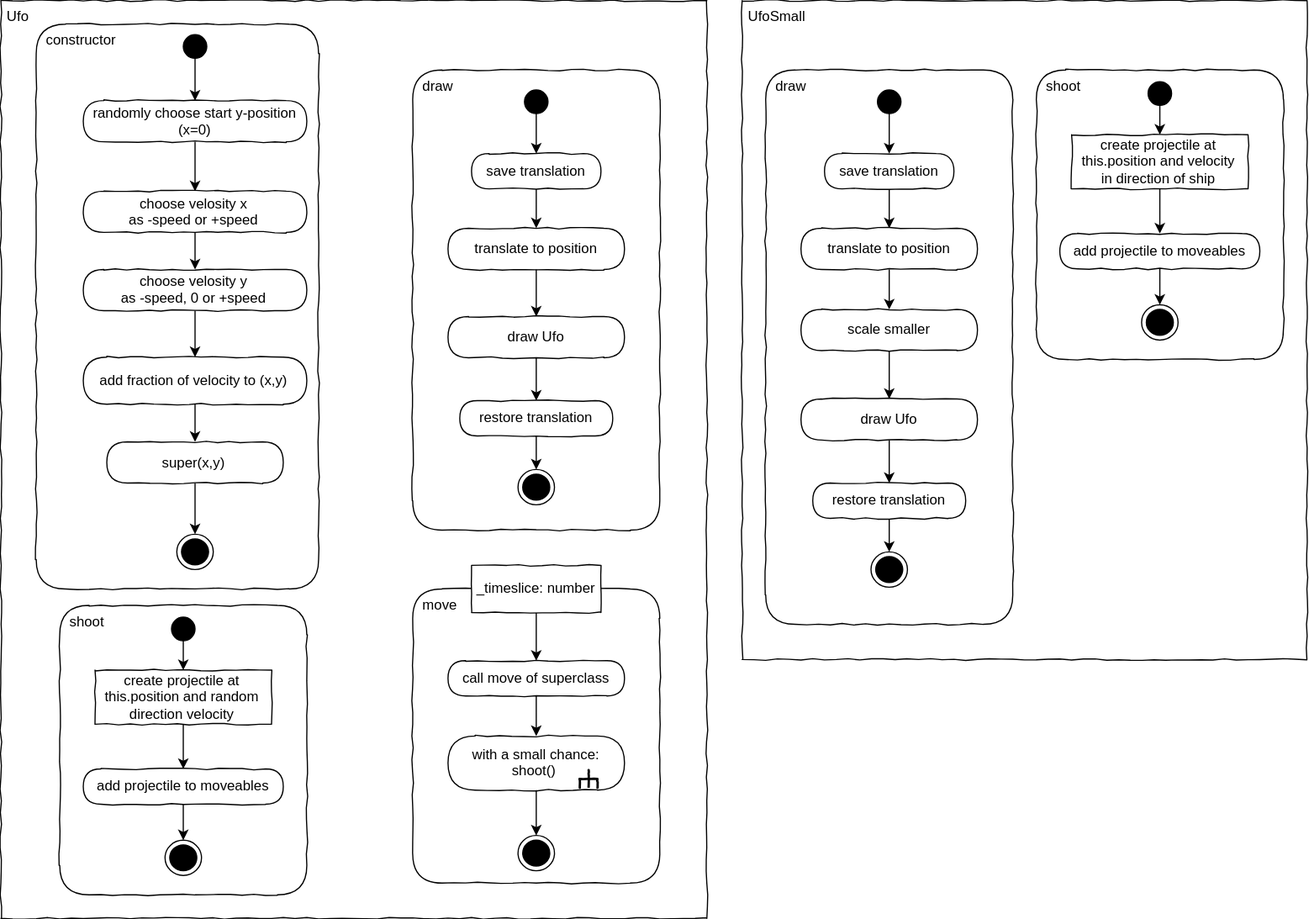
Above: L10_Inheritance/Material/draw.io/Asteroids_ActivityDiagram-Ufo.svg in JirkaDellOro/EIA2-Inverted (draw.io), before the change. Source tidied: cells renumbered, new cells last; positions are measured from the earlier drawing's top-left corner, leaving out a move shared by most shapes.
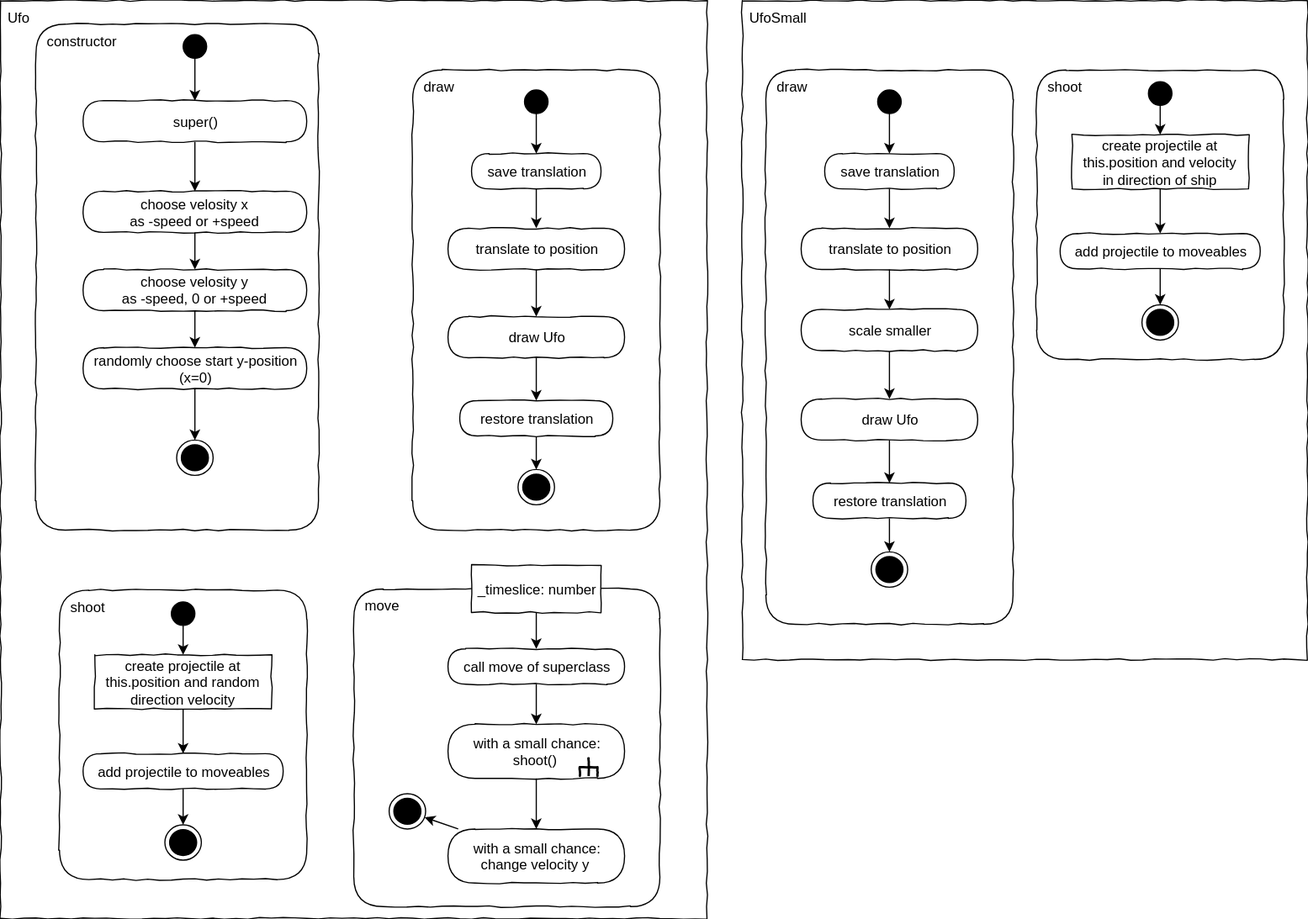
After the change.

What changed in the source:
```diff
@@ -16,19 +16,16 @@
       </mxGeometry>
     </mxCell>
     <mxCell id="5" value="&lt;div style=&quot;text-align: left&quot;&gt;&amp;nbsp; constructor&lt;/div&gt;" style="rounded=1;whiteSpace=wrap;html=1;shadow=0;glass=0;comic=1;strokeColor=#000000;labelPosition=center;verticalLabelPosition=middle;align=left;verticalAlign=top;absoluteArcSize=1;arcSize=50;" parent="1" vertex="1">
-      <mxGeometry x="30" y="20" width="240" height="480" as="geometry" />
+      <mxGeometry x="30" y="20" width="240" height="430" as="geometry" />
     </mxCell>
     <mxCell id="6" style="edgeStyle=orthogonalEdgeStyle;rounded=0;jettySize=auto;html=1;" parent="1" edge="1" source="7" target="9">
       <mxGeometry relative="1" as="geometry" />
     </mxCell>
-    <mxCell id="7" value="super(x,y)" style="rounded=1;whiteSpace=wrap;html=1;absoluteArcSize=1;arcSize=50;strokeWidth=1;shadow=0;comic=1;" parent="1" vertex="1">
-      <mxGeometry x="90" y="375" width="150" height="35" as="geometry" />
+    <mxCell id="7" value="randomly choose start y-position&lt;br&gt;(x=0)" style="rounded=1;whiteSpace=wrap;html=1;absoluteArcSize=1;arcSize=50;strokeWidth=1;shadow=0;comic=1;" parent="1" vertex="1">
+      <mxGeometry x="70" y="295" width="190" height="35" as="geometry" />
     </mxCell>
-    <mxCell id="8" style="edgeStyle=orthogonalEdgeStyle;rounded=0;jettySize=auto;html=1;" parent="1" edge="1" source="36" target="7">
-      <mxGeometry relative="1" as="geometry" />
-    </mxCell>
     <mxCell id="9" style="ellipse;html=1;shape=endState;fillColor=#000000;strokeColor=#000000;comic=1;" parent="1" vertex="1">
-      <mxGeometry x="149.5" y="453.5" width="31" height="30" as="geometry" />
+      <mxGeometry x="149.5" y="373.5" width="31" height="30" as="geometry" />
     </mxCell>
     <mxCell id="10" value="&lt;div style=&quot;text-align: left&quot;&gt;&amp;nbsp; draw&lt;/div&gt;" style="rounded=1;whiteSpace=wrap;html=1;shadow=0;glass=0;comic=1;strokeColor=#000000;labelPosition=center;verticalLabelPosition=middle;align=left;verticalAlign=top;absoluteArcSize=1;arcSize=50;" parent="1" vertex="1">
       <mxGeometry x="350" y="59" width="210" height="391" as="geometry" />
@@ -67,22 +64,22 @@
       <mxGeometry relative="1" as="geometry" />
     </mxCell>
     <mxCell id="22" value="&lt;div style=&quot;text-align: left&quot;&gt;&amp;nbsp; move&lt;/div&gt;" style="rounded=1;whiteSpace=wrap;html=1;shadow=0;glass=0;comic=1;strokeColor=#000000;labelPosition=center;verticalLabelPosition=middle;align=left;verticalAlign=top;absoluteArcSize=1;arcSize=50;" parent="1" vertex="1">
-      <mxGeometry x="350" y="500" width="210" height="250" as="geometry" />
+      <mxGeometry x="300" y="500" width="260" height="270" as="geometry" />
     </mxCell>
     <mxCell id="23" style="edgeStyle=orthogonalEdgeStyle;rounded=0;jettySize=auto;html=1;" parent="1" edge="1" source="27" target="24">
       <mxGeometry relative="1" as="geometry" />
     </mxCell>
     <mxCell id="24" value="with a small chance:&lt;br&gt;shoot()&amp;nbsp;" style="rounded=1;whiteSpace=wrap;html=1;absoluteArcSize=1;arcSize=50;strokeWidth=1;shadow=0;comic=1;" parent="1" vertex="1">
-      <mxGeometry x="380" y="625" width="150" height="46" as="geometry" />
+      <mxGeometry x="380" y="615" width="150" height="46" as="geometry" />
     </mxCell>
     <mxCell id="25" style="ellipse;html=1;shape=endState;fillColor=#000000;strokeColor=#000000;comic=1;" parent="1" vertex="1">
-      <mxGeometry x="439.5" y="709.5" width="31" height="30" as="geometry" />
+      <mxGeometry x="330" y="674" width="31" height="30" as="geometry" />
     </mxCell>
-    <mxCell id="26" style="edgeStyle=orthogonalEdgeStyle;rounded=0;jettySize=auto;html=1;" parent="1" edge="1" source="24" target="25">
+    <mxCell id="26" style="rounded=0;jettySize=auto;html=1;" parent="1" edge="1" source="73" target="25">
       <mxGeometry relative="1" as="geometry" />
     </mxCell>
     <mxCell id="27" value="call move of superclass" style="rounded=1;whiteSpace=wrap;html=1;absoluteArcSize=1;arcSize=50;strokeWidth=1;shadow=0;comic=1;" parent="1" vertex="1">
-      <mxGeometry x="380" y="561" width="150" height="30" as="geometry" />
+      <mxGeometry x="380" y="551" width="150" height="30" as="geometry" />
     </mxCell>
     <mxCell id="28" style="edgeStyle=orthogonalEdgeStyle;rounded=0;jettySize=auto;html=1;" parent="1" edge="1" source="29" target="27">
       <mxGeometry relative="1" as="geometry" />
@@ -90,7 +87,7 @@
     <mxCell id="29" value="&lt;div style=&quot;text-align: left&quot;&gt;_timeslice: number&lt;/div&gt;" style="rounded=0;whiteSpace=wrap;html=1;comic=1;" parent="1" vertex="1">
       <mxGeometry x="400" y="480" width="110" height="40" as="geometry" />
     </mxCell>
-    <mxCell id="30" value="randomly choose start y-position&lt;br&gt;(x=0)" style="rounded=1;whiteSpace=wrap;html=1;absoluteArcSize=1;arcSize=50;strokeWidth=1;shadow=0;comic=1;" parent="1" vertex="1">
+    <mxCell id="30" value="super()" style="rounded=1;whiteSpace=wrap;html=1;absoluteArcSize=1;arcSize=50;strokeWidth=1;shadow=0;comic=1;" parent="1" vertex="1">
       <mxGeometry x="70" y="85" width="190" height="35" as="geometry" />
     </mxCell>
     <mxCell id="31" style="edgeStyle=orthogonalEdgeStyle;rounded=0;jettySize=auto;html=1;" parent="1" edge="1" source="38" target="30">
@@ -108,17 +105,14 @@
     <mxCell id="35" style="edgeStyle=orthogonalEdgeStyle;rounded=0;jettySize=auto;html=1;" parent="1" edge="1" source="32" target="34">
       <mxGeometry relative="1" as="geometry" />
     </mxCell>
-    <mxCell id="36" value="add fraction of velocity to (x,y)" style="rounded=1;whiteSpace=wrap;html=1;absoluteArcSize=1;arcSize=50;strokeWidth=1;shadow=0;comic=1;" parent="1" vertex="1">
-      <mxGeometry x="70" y="303" width="190" height="40" as="geometry" />
-    </mxCell>
-    <mxCell id="37" style="edgeStyle=orthogonalEdgeStyle;rounded=0;jettySize=auto;html=1;" parent="1" edge="1" source="34" target="36">
+    <mxCell id="37" style="edgeStyle=orthogonalEdgeStyle;rounded=0;jettySize=auto;html=1;" parent="1" edge="1" source="34" target="7">
       <mxGeometry relative="1" as="geometry" />
     </mxCell>
     <mxCell id="38" style="ellipse;whiteSpace=wrap;html=1;rounded=0;shadow=0;comic=0;labelBackgroundColor=none;strokeColor=#000000;strokeWidth=1;fillColor=#000000;fontFamily=Verdana;fontSize=12;fontColor=#000000;align=center;comic=1;" parent="1" vertex="1">
       <mxGeometry x="155" y="29" width="20" height="20" as="geometry" />
     </mxCell>
     <mxCell id="39" style="group;rotation=90;" parent="1" vertex="1">
-      <mxGeometry x="490" y="649" width="20" height="20" as="geometry" />
+      <mxGeometry x="490" y="639" width="20" height="20" as="geometry" />
     </mxCell>
     <mxCell id="40" style="strokeWidth=2;html=1;shape=mxgraph.flowchart.annotation_2;align=left;rounded=1;comic=1;rotation=90;" parent="39" vertex="1">
       <mxGeometry x="2" y="5" width="15" height="15" as="geometry" />
@@ -127,13 +121,13 @@
       <mxGeometry relative="1" as="geometry" />
     </mxCell>
     <mxCell id="42" value="&lt;div style=&quot;text-align: left&quot;&gt;&amp;nbsp; shoot&lt;/div&gt;" style="rounded=1;whiteSpace=wrap;html=1;shadow=0;glass=0;comic=1;strokeColor=#000000;labelPosition=center;verticalLabelPosition=middle;align=left;verticalAlign=top;absoluteArcSize=1;arcSize=50;" parent="1" vertex="1">
-      <mxGeometry x="50" y="514" width="210" height="246" as="geometry" />
+      <mxGeometry x="50" y="501" width="210" height="246" as="geometry" />
     </mxCell>
     <mxCell id="43" value="create projectile at this.position and random&lt;br&gt;direction velocity" style="rounded=0;whiteSpace=wrap;html=1;comic=1;shadow=0;fontFamily=Helvetica;fontSize=12;fontColor=#000000;align=center;strokeColor=#000000;strokeWidth=1;fillColor=#ffffff;" parent="1" vertex="1">
-      <mxGeometry x="80" y="569" width="150" height="46" as="geometry" />
+      <mxGeometry x="80" y="556" width="150" height="46" as="geometry" />
     </mxCell>
     <mxCell id="44" style="ellipse;html=1;shape=endState;fillColor=#000000;strokeColor=#000000;comic=1;" parent="1" vertex="1">
-      <mxGeometry x="139.5" y="713.5" width="31" height="30" as="geometry" />
+      <mxGeometry x="139.5" y="700.5" width="31" height="30" as="geometry" />
     </mxCell>
     <mxCell id="45" style="edgeStyle=orthogonalEdgeStyle;rounded=0;jettySize=auto;html=1;" parent="1" edge="1" source="48" target="44">
       <mxGeometry relative="1" as="geometry" />
@@ -142,10 +136,10 @@
       <mxGeometry relative="1" as="geometry" />
     </mxCell>
     <mxCell id="47" style="ellipse;whiteSpace=wrap;html=1;rounded=0;shadow=0;comic=0;labelBackgroundColor=none;strokeColor=#000000;strokeWidth=1;fillColor=#000000;fontFamily=Verdana;fontSize=12;fontColor=#000000;align=center;comic=1;" parent="1" vertex="1">
-      <mxGeometry x="145" y="524" width="20" height="20" as="geometry" />
+      <mxGeometry x="145" y="511" width="20" height="20" as="geometry" />
     </mxCell>
     <mxCell id="48" value="add projectile to moveables" style="rounded=1;whiteSpace=wrap;html=1;absoluteArcSize=1;arcSize=50;strokeWidth=1;shadow=0;comic=1;" parent="1" vertex="1">
-      <mxGeometry x="70" y="653" width="170" height="30" as="geometry" />
+      <mxGeometry x="70" y="640" width="170" height="30" as="geometry" />
     </mxCell>
     <mxCell id="49" style="edgeStyle=orthogonalEdgeStyle;rounded=0;jettySize=auto;html=1;" parent="1" edge="1" source="43" target="48">
       <mxGeometry relative="1" as="geometry" />
@@ -219,5 +213,11 @@
     <mxCell id="72" style="edgeStyle=orthogonalEdgeStyle;rounded=0;jettySize=auto;html=1;" parent="1" edge="1" source="66" target="71">
       <mxGeometry relative="1" as="geometry" />
     </mxCell>
+    <mxCell id="73" value="with a small chance:&lt;br&gt;change velocity y&amp;nbsp;" style="rounded=1;whiteSpace=wrap;html=1;absoluteArcSize=1;arcSize=50;strokeWidth=1;shadow=0;comic=1;" parent="1" vertex="1">
+      <mxGeometry x="380" y="704" width="150" height="46" as="geometry" />
+    </mxCell>
+    <mxCell id="74" style="edgeStyle=orthogonalEdgeStyle;rounded=0;jettySize=auto;html=1;" parent="1" edge="1" source="24" target="73">
+      <mxGeometry relative="1" as="geometry" />
+    </mxCell>
   </root>
 </mxGraphModel>
```
